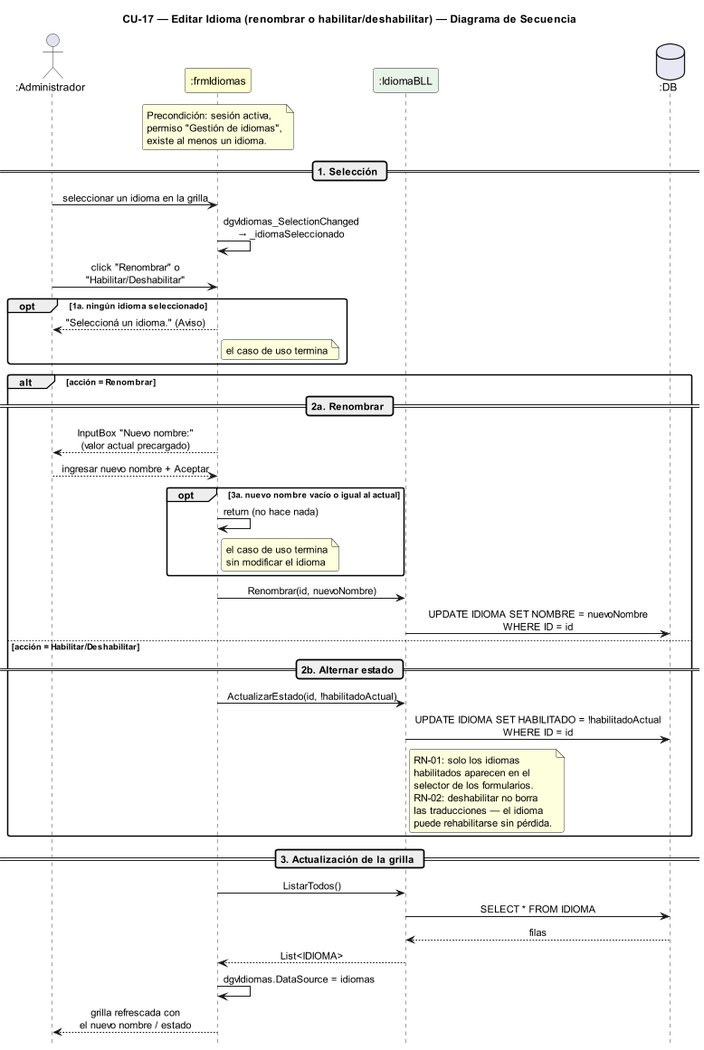
The PlantUML diagram DIAGRAMAS/DiagramaSecuencia_CU17_EditarIdioma.png in Urrels/ingenieria_software, before a commit.
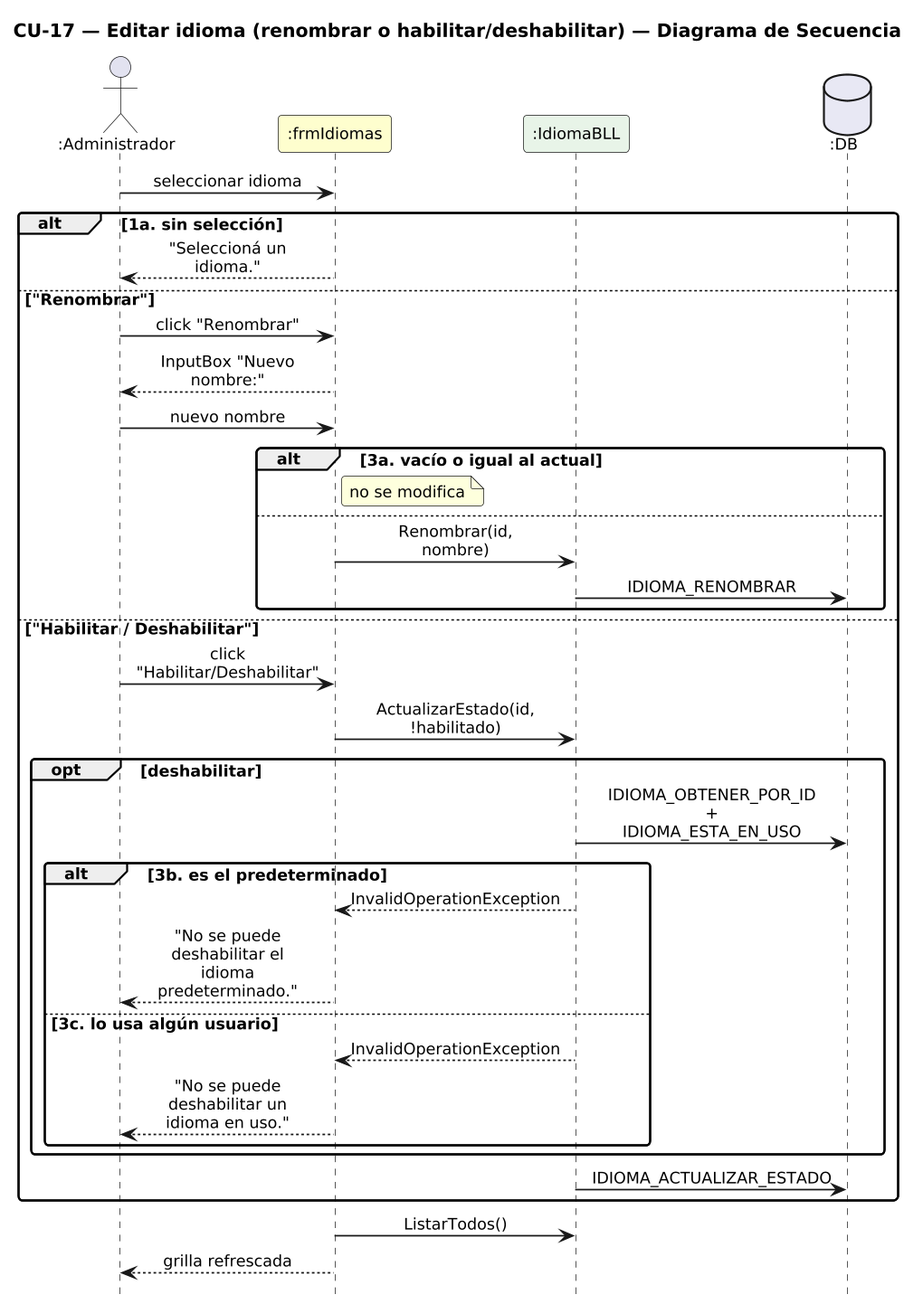
After the change.

Diff of the diagram source:
```diff
@@ -1,77 +1,52 @@
 @startuml DiagramaSecuencia_CU17_EditarIdioma
 
-title CU-17 — Editar Idioma (renombrar o habilitar/deshabilitar) — Diagrama de Secuencia
+title CU-17 — Editar idioma (renombrar o habilitar/deshabilitar) — Diagrama de Secuencia
 
 skinparam shadowing false
 skinparam roundcorner 6
 skinparam sequenceArrowThickness 1.2
-skinparam ParticipantPadding 14
+skinparam ParticipantPadding 6
+skinparam BoxPadding 4
+skinparam maxMessageSize 115
 skinparam sequenceMessageAlign center
+skinparam defaultFontSize 12
+skinparam dpi 140
 hide footbox
-scale 0.85
 
-actor       ":Administrador" as A
-participant ":frmIdiomas"    as FI #FEFECE
-participant ":IdiomaBLL"     as IB #E8F4E8
-database    ":DB"            as DB #E8E8F4
+actor ":Administrador" as A
+participant ":frmIdiomas" as F #FEFECE
+participant ":IdiomaBLL" as IB #E8F4E8
+database ":DB" as DB #E8E8F4
 
-note over FI
-  Precondición: sesión activa,
-  permiso "Gestión de idiomas",
-  existe al menos un idioma.
-end note
-
-== 1. Selección ==
-
-A -> FI : seleccionar un idioma en la grilla
-FI -> FI : dgvIdiomas_SelectionChanged\n→ _idiomaSeleccionado
-
-A -> FI : click "Renombrar" o\n"Habilitar/Deshabilitar"
-
-opt 1a. ningún idioma seleccionado
-  FI --> A : "Seleccioná un idioma." (Aviso)
-  note right of FI : el caso de uso termina
+A -> F : seleccionar idioma
+alt 1a. sin selección
+  F --> A : "Seleccioná un idioma."
+else "Renombrar"
+  A -> F : click "Renombrar"
+  F --> A : InputBox "Nuevo nombre:"
+  A -> F : nuevo nombre
+  alt 3a. vacío o igual al actual
+    note right of F : no se modifica
+  else
+    F -> IB : Renombrar(id, nombre)
+    IB -> DB : IDIOMA_RENOMBRAR
+  end
+else "Habilitar / Deshabilitar"
+  A -> F : click "Habilitar/Deshabilitar"
+  F -> IB : ActualizarEstado(id, !habilitado)
+  opt deshabilitar
+    IB -> DB : IDIOMA_OBTENER_POR_ID + IDIOMA_ESTA_EN_USO
+    alt 3b. es el predeterminado
+      IB --> F : InvalidOperationException
+      F --> A : "No se puede deshabilitar el idioma predeterminado."
+    else 3c. lo usa algún usuario
+      IB --> F : InvalidOperationException
+      F --> A : "No se puede deshabilitar un idioma en uso."
+    end
+  end
+  IB -> DB : IDIOMA_ACTUALIZAR_ESTADO
 end
-
-alt acción = Renombrar
-
-  == 2a. Renombrar ==
-
-  FI --> A : InputBox "Nuevo nombre:"\n(valor actual precargado)
-  A --> FI : ingresar nuevo nombre + Aceptar
-
-  opt 3a. nuevo nombre vacío o igual al actual
-    FI -> FI : return (no hace nada)
-    note right of FI : el caso de uso termina\nsin modificar el idioma
-  end
-
-  FI -> IB : Renombrar(id, nuevoNombre)
-  IB -> DB : UPDATE IDIOMA SET NOMBRE = nuevoNombre\nWHERE ID = id
-
-else acción = Habilitar/Deshabilitar
-
-  == 2b. Alternar estado ==
-
-  FI -> IB : ActualizarEstado(id, !habilitadoActual)
-  IB -> DB : UPDATE IDIOMA SET HABILITADO = !habilitadoActual\nWHERE ID = id
-
-  note right of IB
-    RN-01: solo los idiomas
-    habilitados aparecen en el
-    selector de los formularios.
-    RN-02: deshabilitar no borra
-    las traducciones — el idioma
-    puede rehabilitarse sin pérdida.
-  end note
-end
-
-== 3. Actualización de la grilla ==
-
-FI -> IB : ListarTodos()
-IB -> DB : SELECT * FROM IDIOMA
-DB --> IB : filas
-IB --> FI : List<IDIOMA>
-FI -> FI : dgvIdiomas.DataSource = idiomas
-FI --> A : grilla refrescada con\nel nuevo nombre / estado
+F -> IB : ListarTodos()
+F --> A : grilla refrescada
 
 @enduml
```
